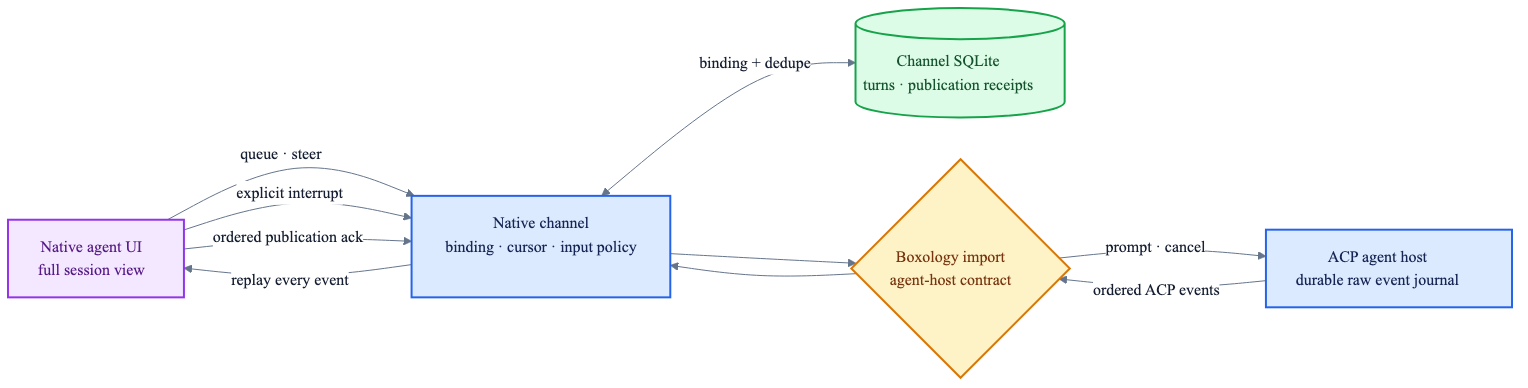
fontanierh/crab keeps this Mermaid diagram as v2/docs/native-channel-flow.png. Above is the earlier version. Its source is kept beside it as v2/docs/native-channel-flow.mmd. Source of this version:
```mermaid
%%{init: {"theme": "base", "themeVariables": {"fontFamily": "ui-sans-serif, system-ui, sans-serif", "primaryTextColor": "#172033", "lineColor": "#64748b", "edgeLabelBackground": "#ffffff"}, "flowchart": {"curve": "basis", "nodeSpacing": 42, "rankSpacing": 58}}}%%
flowchart LR
    UI["Native agent UI<br/>full session view"]
    CHANNEL["Native channel<br/>binding · cursor · input policy"]
    DB[("Channel SQLite<br/>turns · publication receipts")]
    IMPORT{"Boxology import<br/>agent-host contract"}
    AGENT["ACP agent host<br/>durable raw event journal"]

    UI -->|"queue · steer"| CHANNEL
    UI -->|"explicit interrupt"| CHANNEL
    CHANNEL <-->|"binding + dedupe"| DB
    CHANNEL --> IMPORT
    IMPORT -->|"prompt · cancel"| AGENT
    AGENT -->|"ordered ACP events"| IMPORT
    IMPORT --> CHANNEL
    CHANNEL -->|"replay every event"| UI
    UI -->|"ordered publication ack"| CHANNEL

    classDef ui fill:#f3e8ff,stroke:#9333ea,stroke-width:2px,color:#581c87;
    classDef runtime fill:#dbeafe,stroke:#2563eb,stroke-width:2px,color:#172554;
    classDef durable fill:#dcfce7,stroke:#16a34a,stroke-width:2px,color:#14532d;
    classDef boundary fill:#fef3c7,stroke:#d97706,stroke-width:2px,color:#78350f;

    class UI ui;
    class CHANNEL,AGENT runtime;
    class DB durable;
    class IMPORT boundary;
```
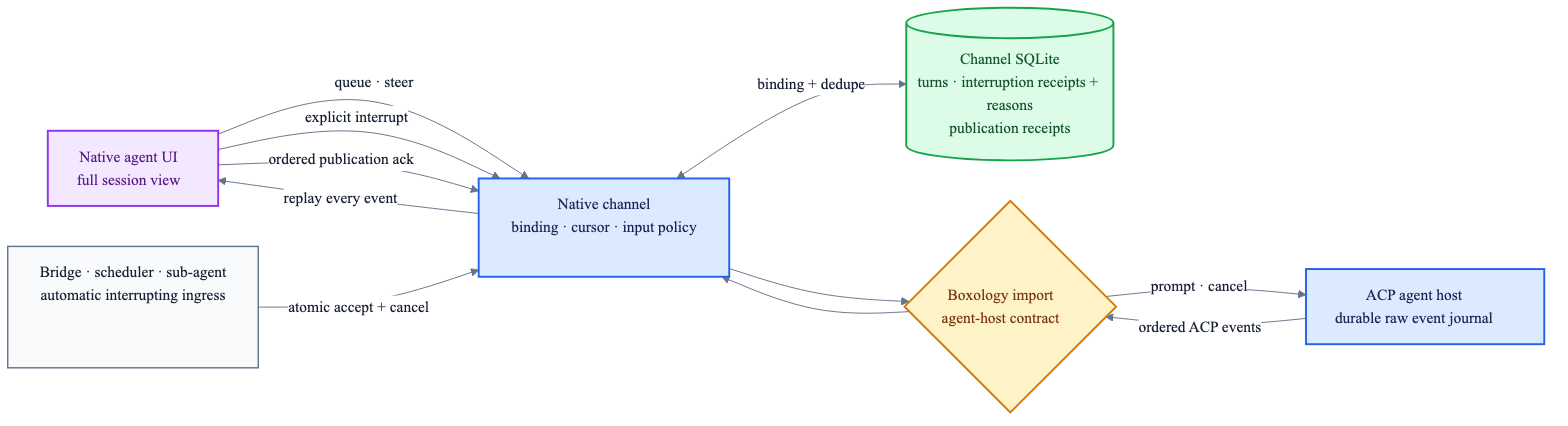
After the change.

What changed in the source:
```diff
@@ -1,13 +1,15 @@
 %%{init: {"theme": "base", "themeVariables": {"fontFamily": "ui-sans-serif, system-ui, sans-serif", "primaryTextColor": "#172033", "lineColor": "#64748b", "edgeLabelBackground": "#ffffff"}, "flowchart": {"curve": "basis", "nodeSpacing": 42, "rankSpacing": 58}}}%%
 flowchart LR
     UI["Native agent UI<br/>full session view"]
+    INGRESS["Bridge · scheduler · sub-agent<br/>automatic interrupting ingress"]
     CHANNEL["Native channel<br/>binding · cursor · input policy"]
-    DB[("Channel SQLite<br/>turns · publication receipts")]
+    DB[("Channel SQLite<br/>turns · interruption receipts + reasons<br/>publication receipts")]
     IMPORT{"Boxology import<br/>agent-host contract"}
     AGENT["ACP agent host<br/>durable raw event journal"]
 
     UI -->|"queue · steer"| CHANNEL
     UI -->|"explicit interrupt"| CHANNEL
+    INGRESS -->|"atomic accept + cancel"| CHANNEL
     CHANNEL <-->|"binding + dedupe"| DB
     CHANNEL --> IMPORT
     IMPORT -->|"prompt · cancel"| AGENT
@@ -17,11 +19,13 @@
     UI -->|"ordered publication ack"| CHANNEL
 
     classDef ui fill:#f3e8ff,stroke:#9333ea,stroke-width:2px,color:#581c87;
+    classDef external fill:#f8fafc,stroke:#64748b,stroke-width:1.5px,color:#172033;
     classDef runtime fill:#dbeafe,stroke:#2563eb,stroke-width:2px,color:#172554;
     classDef durable fill:#dcfce7,stroke:#16a34a,stroke-width:2px,color:#14532d;
     classDef boundary fill:#fef3c7,stroke:#d97706,stroke-width:2px,color:#78350f;
 
     class UI ui;
+    class INGRESS external;
     class CHANNEL,AGENT runtime;
     class DB durable;
     class IMPORT boundary;
```
